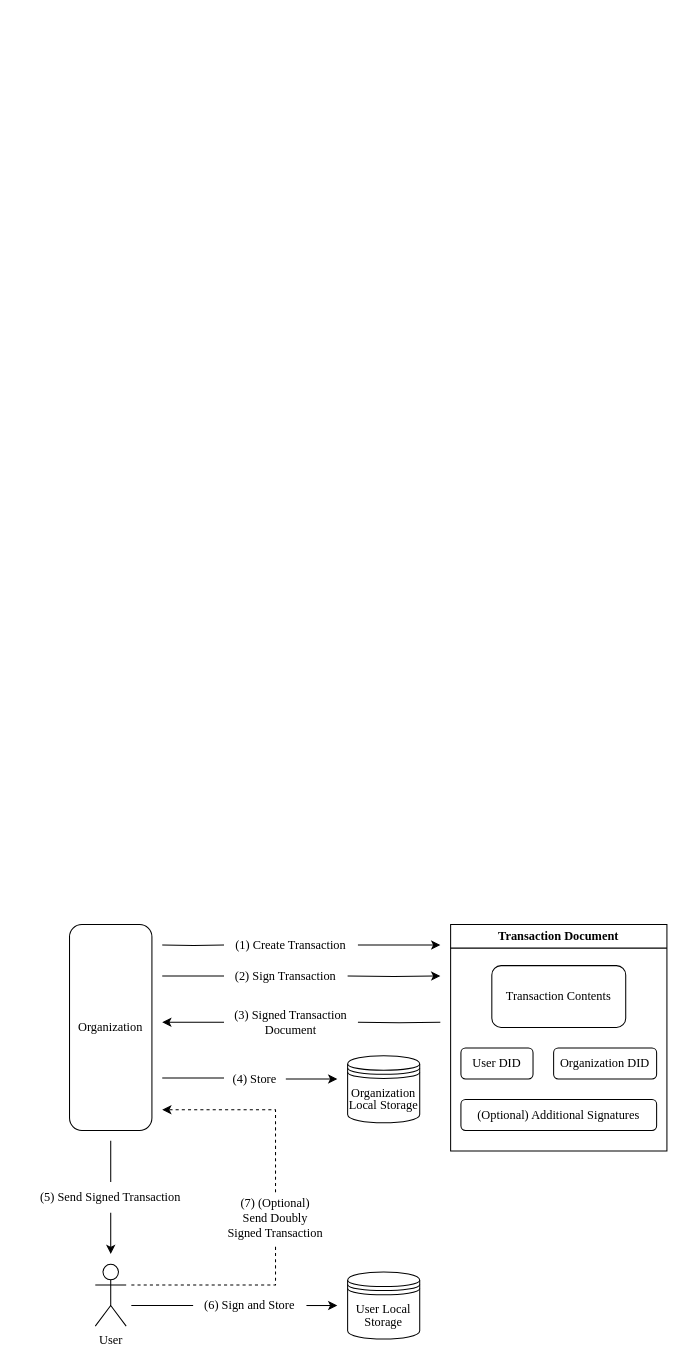
This is page "Multi-Signature" (4 of 5) of healthcare_blockchain.drawio from WilliamStar007/Interoperable-Healthcare-Blockchain-Diagram, a draw.io file, before an edit. Source tidied: cells renumbered, new cells numbered last; positions are measured from the earlier drawing's top-left corner, leaving out a move shared by most shapes. Both pictures are drawn from the tidied source at 103%, with x=0, y=0 at pixel (18, 924).
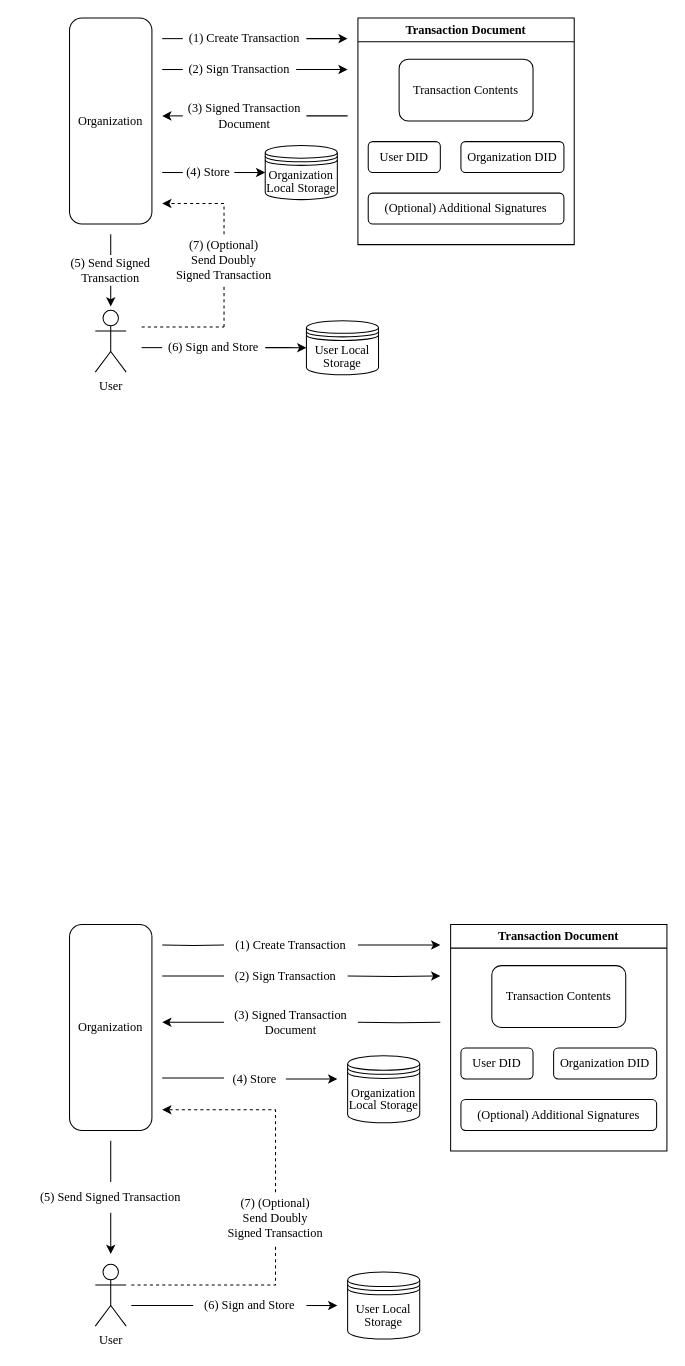
The same diagram, later.

The edit, as a diff of the source:
```diff
@@
+    <mxCell id="32" style="edgeStyle=orthogonalEdgeStyle;rounded=0;jettySize=auto;html=1;endArrow=none;endFill=0;fontFamily=Times New Roman;" parent="1" edge="1" target="38">
+      <mxGeometry relative="1" as="geometry">
+        <mxPoint x="90" y="-670" as="sourcePoint" />
+        <Array as="points">
+          <mxPoint x="90" y="-650" />
+          <mxPoint x="90" y="-650" />
+        </Array>
+      </mxGeometry>
+    </mxCell>
+    <mxCell id="33" style="edgeStyle=orthogonalEdgeStyle;rounded=0;jettySize=auto;html=1;exitX=1;exitY=0.5;exitDx=0;exitDy=0;fontFamily=Times New Roman;" parent="1" edge="1" source="46">
+      <mxGeometry relative="1" as="geometry">
+        <mxPoint x="240" y="-730" as="targetPoint" />
+      </mxGeometry>
+    </mxCell>
+    <mxCell id="34" style="edgeStyle=orthogonalEdgeStyle;rounded=0;jettySize=auto;html=1;fontFamily=Times New Roman;" parent="1" edge="1" source="48">
+      <mxGeometry relative="1" as="geometry">
+        <mxPoint x="320" y="-860" as="targetPoint" />
+      </mxGeometry>
+    </mxCell>
+    <mxCell id="35" value="Organization" style="rounded=1;whiteSpace=wrap;html=1;fontFamily=Times New Roman;" parent="1" vertex="1">
+      <mxGeometry x="50" y="-880" width="80" height="200" as="geometry" />
+    </mxCell>
+    <mxCell id="36" value="User" style="shape=umlActor;verticalLabelPosition=bottom;verticalAlign=top;html=1;fontFamily=Times New Roman;" parent="1" vertex="1">
+      <mxGeometry x="75" y="-596.2" width="30" height="60" as="geometry" />
+    </mxCell>
+    <mxCell id="37" style="edgeStyle=orthogonalEdgeStyle;rounded=0;jettySize=auto;html=1;fontFamily=Times New Roman;exitX=0.5;exitY=1;exitDx=0;exitDy=0;" parent="1" edge="1" source="38">
+      <mxGeometry relative="1" as="geometry">
+        <mxPoint x="90" y="-600" as="targetPoint" />
+      </mxGeometry>
+    </mxCell>
+    <mxCell id="38" value="(5) Send Signed Transaction" style="text;html=1;strokeColor=none;fillColor=none;align=center;verticalAlign=middle;whiteSpace=wrap;rounded=0;fontFamily=Times New Roman;" parent="1" vertex="1">
+      <mxGeometry x="40" y="-650" width="100" height="30" as="geometry" />
+    </mxCell>
+    <mxCell id="39" style="edgeStyle=orthogonalEdgeStyle;rounded=0;jettySize=auto;html=1;exitX=0.5;exitY=0;exitDx=0;exitDy=0;strokeWidth=1;dashed=1;fontFamily=Times New Roman;" parent="1" edge="1" source="40">
+      <mxGeometry relative="1" as="geometry">
+        <mxPoint x="140" y="-700" as="targetPoint" />
+        <Array as="points">
+          <mxPoint x="200" y="-700" />
+        </Array>
+      </mxGeometry>
+    </mxCell>
+    <mxCell id="40" value="(7) (Optional) &lt;br&gt;Send Doubly &lt;br&gt;Signed Transaction" style="text;html=1;strokeColor=none;fillColor=none;align=center;verticalAlign=middle;whiteSpace=wrap;rounded=0;fontFamily=Times New Roman;" parent="1" vertex="1">
+      <mxGeometry x="150" y="-670" width="100" height="50" as="geometry" />
+    </mxCell>
+    <mxCell id="41" style="edgeStyle=orthogonalEdgeStyle;rounded=0;jettySize=auto;html=1;fontFamily=Times New Roman;entryX=0;entryY=0.5;entryDx=0;entryDy=0;" parent="1" edge="1" source="42" target="43">
+      <mxGeometry relative="1" as="geometry" />
+    </mxCell>
+    <mxCell id="42" value="(6) Sign and Store" style="text;html=1;strokeColor=none;fillColor=none;align=center;verticalAlign=middle;whiteSpace=wrap;rounded=0;fontFamily=Times New Roman;" parent="1" vertex="1">
+      <mxGeometry x="140" y="-570" width="100" height="20" as="geometry" />
+    </mxCell>
+    <mxCell id="43" value="&lt;p style=&quot;line-height: 100%;&quot;&gt;&lt;font style=&quot;font-size: 12px;&quot;&gt;User Local Storage&lt;/font&gt;&lt;/p&gt;" style="shape=datastore;whiteSpace=wrap;html=1;fontFamily=Times New Roman;spacingTop=-3;" parent="1" vertex="1">
+      <mxGeometry x="280" y="-586.2" width="70" height="52.5" as="geometry" />
+    </mxCell>
+    <mxCell id="44" value="&lt;p style=&quot;line-height: 100%;&quot;&gt;&lt;font style=&quot;font-size: 12px;&quot;&gt;Organization Local Storage&lt;/font&gt;&lt;/p&gt;" style="shape=datastore;whiteSpace=wrap;html=1;fontFamily=Times New Roman;spacingTop=-3;" parent="1" vertex="1">
+      <mxGeometry x="240" y="-756.2" width="70" height="52.5" as="geometry" />
+    </mxCell>
+    <mxCell id="45" style="edgeStyle=orthogonalEdgeStyle;rounded=0;jettySize=auto;html=1;endArrow=none;endFill=0;fontFamily=Times New Roman;entryX=0;entryY=0.5;entryDx=0;entryDy=0;" parent="1" edge="1" target="46">
+      <mxGeometry relative="1" as="geometry">
+        <mxPoint x="140" y="-730" as="sourcePoint" />
+      </mxGeometry>
+    </mxCell>
+    <mxCell id="46" value="(4) Store" style="text;html=1;strokeColor=none;fillColor=none;align=center;verticalAlign=middle;whiteSpace=wrap;rounded=0;fontFamily=Times New Roman;" parent="1" vertex="1">
+      <mxGeometry x="160" y="-745" width="50" height="30" as="geometry" />
+    </mxCell>
+    <mxCell id="47" style="edgeStyle=orthogonalEdgeStyle;rounded=0;jettySize=auto;html=1;startArrow=none;startFill=0;endArrow=none;endFill=0;fontFamily=Times New Roman;" parent="1" edge="1" target="48">
+      <mxGeometry relative="1" as="geometry">
+        <mxPoint x="140" y="-860" as="sourcePoint" />
+        <Array as="points">
+          <mxPoint x="150" y="-860" />
+          <mxPoint x="150" y="-860" />
+        </Array>
+      </mxGeometry>
+    </mxCell>
+    <mxCell id="48" value="(1) Create Transaction" style="text;html=1;strokeColor=none;fillColor=none;align=center;verticalAlign=middle;whiteSpace=wrap;rounded=0;fontFamily=Times New Roman;" parent="1" vertex="1">
+      <mxGeometry x="160" y="-875" width="120" height="30" as="geometry" />
+    </mxCell>
+    <mxCell id="49" style="edgeStyle=orthogonalEdgeStyle;rounded=0;jettySize=auto;html=1;endArrow=none;endFill=0;fontFamily=Times New Roman;" parent="1" edge="1" source="56">
+      <mxGeometry relative="1" as="geometry">
+        <mxPoint x="140" y="-830" as="targetPoint" />
+      </mxGeometry>
+    </mxCell>
+    <mxCell id="50" value="Transaction Document" style="swimlane;whiteSpace=wrap;html=1;fontFamily=Times New Roman;" parent="1" vertex="1">
+      <mxGeometry x="330" y="-880" width="210" height="220" as="geometry" />
+    </mxCell>
+    <mxCell id="51" value="Transaction Contents" style="rounded=1;whiteSpace=wrap;html=1;fontFamily=Times New Roman;" parent="50" vertex="1">
+      <mxGeometry x="40" y="40" width="130" height="60" as="geometry" />
+    </mxCell>
+    <mxCell id="52" value="User DID" style="rounded=1;whiteSpace=wrap;html=1;fontFamily=Times New Roman;" parent="50" vertex="1">
+      <mxGeometry x="10" y="120" width="70" height="30" as="geometry" />
+    </mxCell>
+    <mxCell id="53" value="Organization DID" style="rounded=1;whiteSpace=wrap;html=1;fontFamily=Times New Roman;" parent="50" vertex="1">
+      <mxGeometry x="100" y="120" width="100" height="30" as="geometry" />
+    </mxCell>
+    <mxCell id="54" value="(Optional) Additional Signatures" style="rounded=1;whiteSpace=wrap;html=1;fontFamily=Times New Roman;" parent="50" vertex="1">
+      <mxGeometry x="10" y="170" width="190" height="30" as="geometry" />
+    </mxCell>
+    <mxCell id="55" style="edgeStyle=orthogonalEdgeStyle;rounded=0;jettySize=auto;html=1;endArrow=none;endFill=0;startArrow=classic;startFill=1;fontFamily=Times New Roman;" parent="1" edge="1" target="56">
+      <mxGeometry relative="1" as="geometry">
+        <mxPoint x="320" y="-830" as="sourcePoint" />
+        <Array as="points">
+          <mxPoint x="310" y="-830" />
+          <mxPoint x="310" y="-830" />
+        </Array>
+      </mxGeometry>
+    </mxCell>
+    <mxCell id="56" value="(2) Sign Transaction" style="text;html=1;strokeColor=none;fillColor=none;align=center;verticalAlign=middle;whiteSpace=wrap;rounded=0;fontFamily=Times New Roman;" parent="1" vertex="1">
+      <mxGeometry x="160" y="-845" width="110" height="30" as="geometry" />
+    </mxCell>
+    <mxCell id="57" style="edgeStyle=orthogonalEdgeStyle;rounded=0;jettySize=auto;html=1;endArrow=classic;endFill=1;fontFamily=Times New Roman;" parent="1" edge="1" source="59">
+      <mxGeometry relative="1" as="geometry">
+        <mxPoint x="140" y="-785" as="targetPoint" />
+      </mxGeometry>
+    </mxCell>
+    <mxCell id="58" style="edgeStyle=orthogonalEdgeStyle;rounded=0;jettySize=auto;html=1;endArrow=none;endFill=0;startArrow=none;startFill=0;fontFamily=Times New Roman;" parent="1" edge="1" target="59">
+      <mxGeometry relative="1" as="geometry">
+        <mxPoint x="320" y="-785" as="sourcePoint" />
+        <Array as="points">
+          <mxPoint x="310" y="-785" />
+          <mxPoint x="310" y="-785" />
+        </Array>
+      </mxGeometry>
+    </mxCell>
+    <mxCell id="59" value="(3) Signed Transaction Document" style="text;html=1;strokeColor=none;fillColor=none;align=center;verticalAlign=middle;whiteSpace=wrap;rounded=0;fontFamily=Times New Roman;" parent="1" vertex="1">
+      <mxGeometry x="160" y="-800" width="120" height="30" as="geometry" />
+    </mxCell>
+    <mxCell id="60" style="endArrow=none;dashed=1;html=1;rounded=0;" parent="1" edge="1">
+      <mxGeometry relative="1" as="geometry">
+        <mxPoint x="120" y="-580" as="sourcePoint" />
+        <mxPoint x="200" y="-580" as="targetPoint" />
+      </mxGeometry>
+    </mxCell>
+    <mxCell id="61" style="endArrow=none;dashed=1;html=1;rounded=0;entryX=0.5;entryY=1;entryDx=0;entryDy=0;" parent="1" edge="1" target="40">
+      <mxGeometry relative="1" as="geometry">
+        <mxPoint x="200" y="-580" as="sourcePoint" />
+      </mxGeometry>
+    </mxCell>
+    <mxCell id="62" style="endArrow=none;html=1;rounded=0;" parent="1" edge="1">
+      <mxGeometry relative="1" as="geometry">
+        <mxPoint x="120" y="-560" as="sourcePoint" />
+        <mxPoint x="140" y="-560" as="targetPoint" />
+      </mxGeometry>
+    </mxCell>
```
